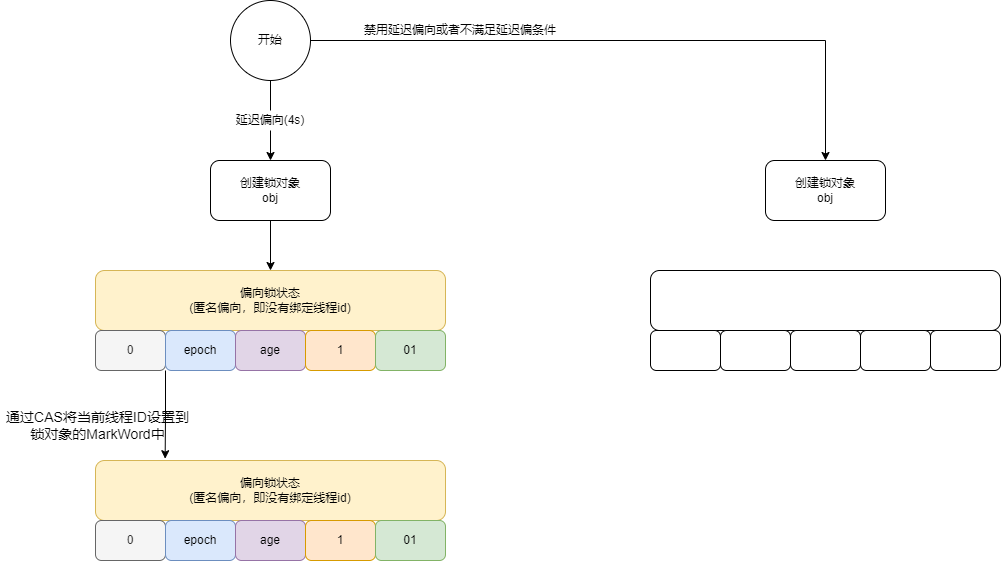
LePeitiPrince/note-picture keeps this draw.io diagram as 多线程与高并发/synchronized.png. Above is the earlier version. Source tidied: cells renumbered, new cells last; positions are measured from the earlier drawing's top-left corner, leaving out a move shared by most shapes.
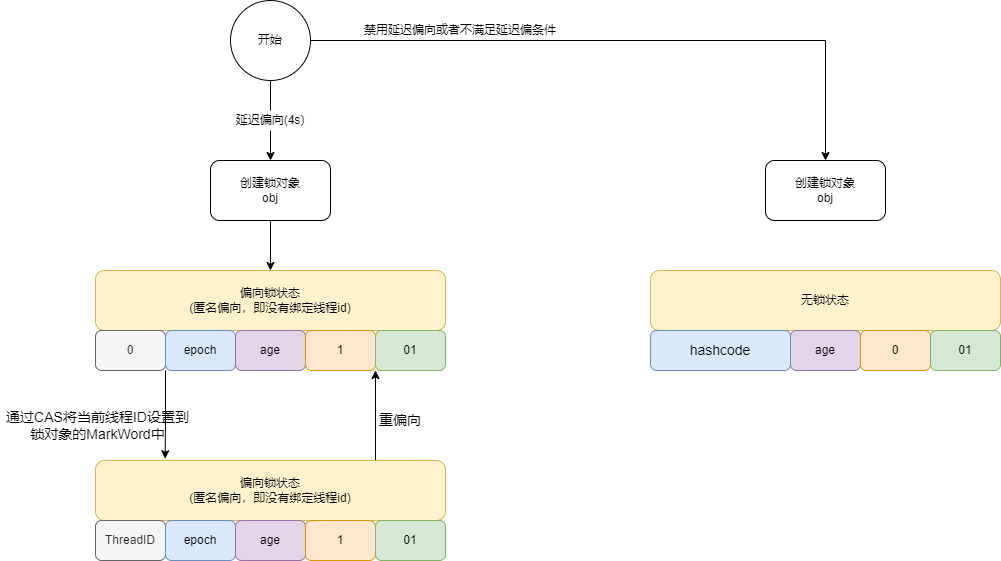
Above is the later version.

What changed in the source:
```diff
@@ -49,31 +49,28 @@
     <mxCell id="16" value="1" style="rounded=1;whiteSpace=wrap;html=1;fillColor=#ffe6cc;strokeColor=#d79b00;" parent="1" vertex="1">
       <mxGeometry x="305" y="330" width="70" height="40" as="geometry" />
     </mxCell>
+    <mxCell id="31" style="edgeStyle=orthogonalEdgeStyle;rounded=0;jettySize=auto;html=1;exitX=0;exitY=1;exitDx=0;exitDy=0;entryX=0.8;entryY=0;entryDx=0;entryDy=0;entryPerimeter=0;fontSize=14;startArrow=classic;startFill=1;endArrow=none;endFill=0;" parent="1" edge="1" source="17" target="24">
+      <mxGeometry relative="1" as="geometry" />
+    </mxCell>
     <mxCell id="17" value="01" style="rounded=1;whiteSpace=wrap;html=1;fillColor=#d5e8d4;strokeColor=#82b366;" parent="1" vertex="1">
       <mxGeometry x="375" y="330" width="70" height="40" as="geometry" />
     </mxCell>
-    <mxCell id="18" style="rounded=1;whiteSpace=wrap;html=1;" parent="1" vertex="1">
+    <mxCell id="18" value="无锁状态" style="rounded=1;whiteSpace=wrap;html=1;fillColor=#fff2cc;strokeColor=#d6b656;" parent="1" vertex="1">
       <mxGeometry x="650" y="270" width="350" height="60" as="geometry" />
     </mxCell>
-    <mxCell id="19" style="rounded=1;whiteSpace=wrap;html=1;" parent="1" vertex="1">
-      <mxGeometry x="650" y="330" width="70" height="40" as="geometry" />
-    </mxCell>
-    <mxCell id="20" style="rounded=1;whiteSpace=wrap;html=1;" parent="1" vertex="1">
-      <mxGeometry x="720" y="330" width="70" height="40" as="geometry" />
-    </mxCell>
-    <mxCell id="21" style="rounded=1;whiteSpace=wrap;html=1;" parent="1" vertex="1">
+    <mxCell id="21" value="age" style="rounded=1;whiteSpace=wrap;html=1;fillColor=#e1d5e7;strokeColor=#9673a6;" parent="1" vertex="1">
       <mxGeometry x="790" y="330" width="70" height="40" as="geometry" />
     </mxCell>
-    <mxCell id="22" style="rounded=1;whiteSpace=wrap;html=1;" parent="1" vertex="1">
+    <mxCell id="22" value="0" style="rounded=1;whiteSpace=wrap;html=1;fillColor=#ffe6cc;strokeColor=#d79b00;" parent="1" vertex="1">
       <mxGeometry x="860" y="330" width="70" height="40" as="geometry" />
     </mxCell>
-    <mxCell id="23" style="rounded=1;whiteSpace=wrap;html=1;" parent="1" vertex="1">
+    <mxCell id="23" value="01" style="rounded=1;whiteSpace=wrap;html=1;fillColor=#d5e8d4;strokeColor=#82b366;" parent="1" vertex="1">
       <mxGeometry x="930" y="330" width="70" height="40" as="geometry" />
     </mxCell>
     <mxCell id="24" value="偏向锁状态&lt;br&gt;(匿名偏向，即没有绑定线程id)" style="rounded=1;whiteSpace=wrap;html=1;fillColor=#fff2cc;strokeColor=#d6b656;" parent="1" vertex="1">
       <mxGeometry x="95" y="460" width="350" height="60" as="geometry" />
     </mxCell>
-    <mxCell id="25" value="0" style="rounded=1;whiteSpace=wrap;html=1;fillColor=#f5f5f5;fontColor=#333333;strokeColor=#666666;" parent="1" vertex="1">
+    <mxCell id="25" value="ThreadID" style="rounded=1;whiteSpace=wrap;html=1;fillColor=#f5f5f5;fontColor=#333333;strokeColor=#666666;" parent="1" vertex="1">
       <mxGeometry x="95" y="520" width="70" height="40" as="geometry" />
     </mxCell>
     <mxCell id="26" value="epoch" style="rounded=1;whiteSpace=wrap;html=1;fillColor=#dae8fc;strokeColor=#6c8ebf;" parent="1" vertex="1">
@@ -91,5 +88,11 @@
     <mxCell id="30" value="&lt;font style=&quot;font-size: 14px&quot;&gt;通过CAS将当前线程ID设置到锁对象的MarkWord中&lt;/font&gt;" style="text;html=1;strokeColor=none;fillColor=none;align=center;verticalAlign=middle;whiteSpace=wrap;rounded=0;" parent="1" vertex="1">
       <mxGeometry y="410" width="195" height="30" as="geometry" />
     </mxCell>
+    <mxCell id="32" value="&lt;font style=&quot;font-size: 14px&quot;&gt;重偏向&lt;/font&gt;" style="text;html=1;strokeColor=none;fillColor=none;align=center;verticalAlign=middle;whiteSpace=wrap;rounded=0;" parent="1" vertex="1">
+      <mxGeometry x="340" y="410" width="120" height="20" as="geometry" />
+    </mxCell>
+    <mxCell id="33" value="hashcode" style="rounded=1;whiteSpace=wrap;html=1;fontSize=14;fillColor=#dae8fc;strokeColor=#6c8ebf;" parent="1" vertex="1">
+      <mxGeometry x="650" y="330" width="140" height="40" as="geometry" />
+    </mxCell>
   </root>
 </mxGraphModel>
```
